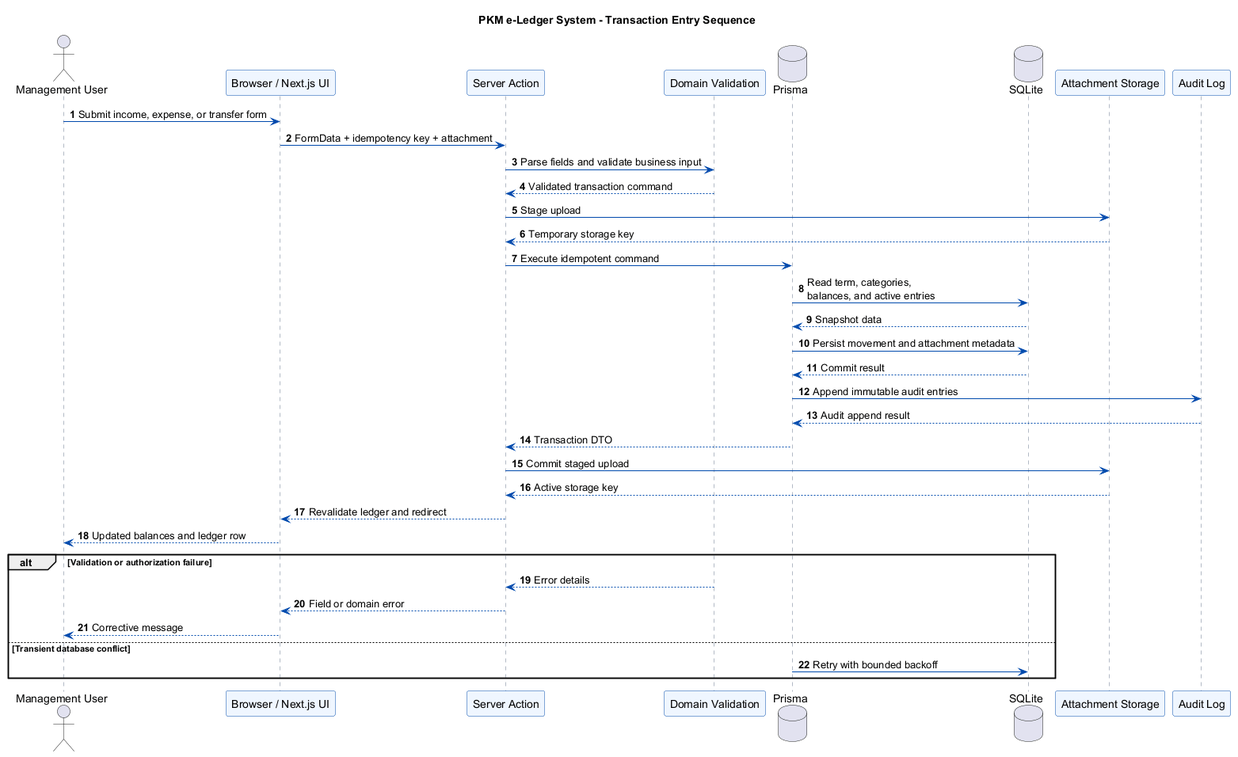
This is docs/evidence/diagrams/sequence-transaction-entry.png from lucifron28/pkm-e-ledger-system, a PlantUML export, as it was before one commit.
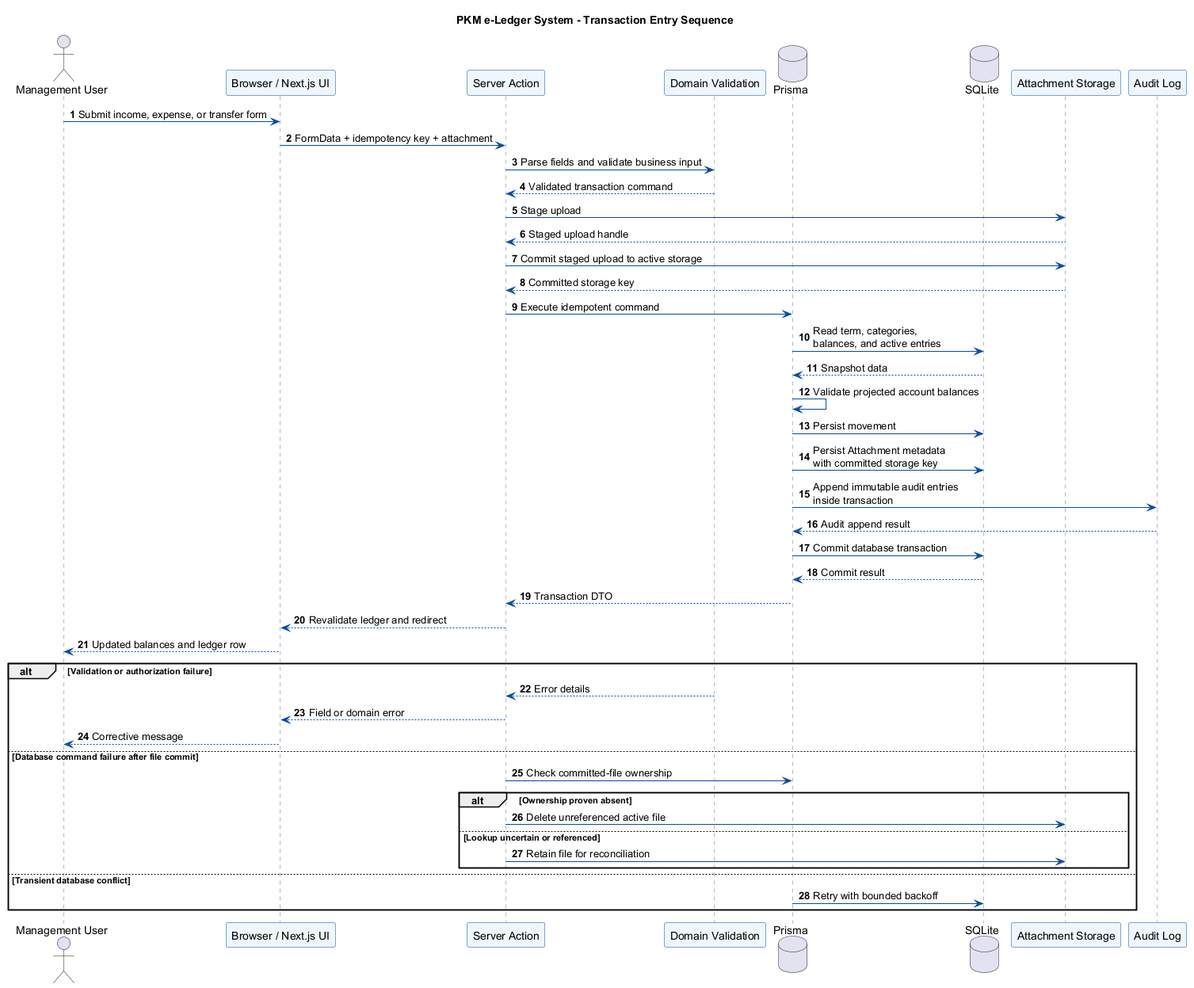
The same diagram one commit later.

Change to the diagram source:
```diff
@@ -23,17 +23,20 @@
 Action -> Validation: Parse fields and validate business input
 Validation --> Action: Validated transaction command
 Action -> Storage: Stage upload
-Storage --> Action: Temporary storage key
+Storage --> Action: Staged upload handle
+Action -> Storage: Commit staged upload to active storage
+Storage --> Action: Committed storage key
 Action -> Prisma: Execute idempotent command
 Prisma -> SQLite: Read term, categories,\nbalances, and active entries
 SQLite --> Prisma: Snapshot data
-Prisma -> SQLite: Persist movement and attachment metadata
+Prisma -> Prisma: Validate projected account balances
+Prisma -> SQLite: Persist movement
+Prisma -> SQLite: Persist Attachment metadata\nwith committed storage key
+Prisma -> Audit: Append immutable audit entries\ninside transaction
+Audit --> Prisma: Audit append result
+Prisma -> SQLite: Commit database transaction
 SQLite --> Prisma: Commit result
-Prisma -> Audit: Append immutable audit entries
-Audit --> Prisma: Audit append result
 Prisma --> Action: Transaction DTO
-Action -> Storage: Commit staged upload
-Storage --> Action: Active storage key
 Action --> UI: Revalidate ledger and redirect
 UI --> User: Updated balances and ledger row
 
@@ -41,6 +44,13 @@
   Validation --> Action: Error details
   Action --> UI: Field or domain error
   UI --> User: Corrective message
+else Database command failure after file commit
+  Action -> Prisma: Check committed-file ownership
+  alt Ownership proven absent
+    Action -> Storage: Delete unreferenced active file
+  else Lookup uncertain or referenced
+    Action -> Storage: Retain file for reconciliation
+  end
 else Transient database conflict
   Prisma -> SQLite: Retry with bounded backoff
 end
```
